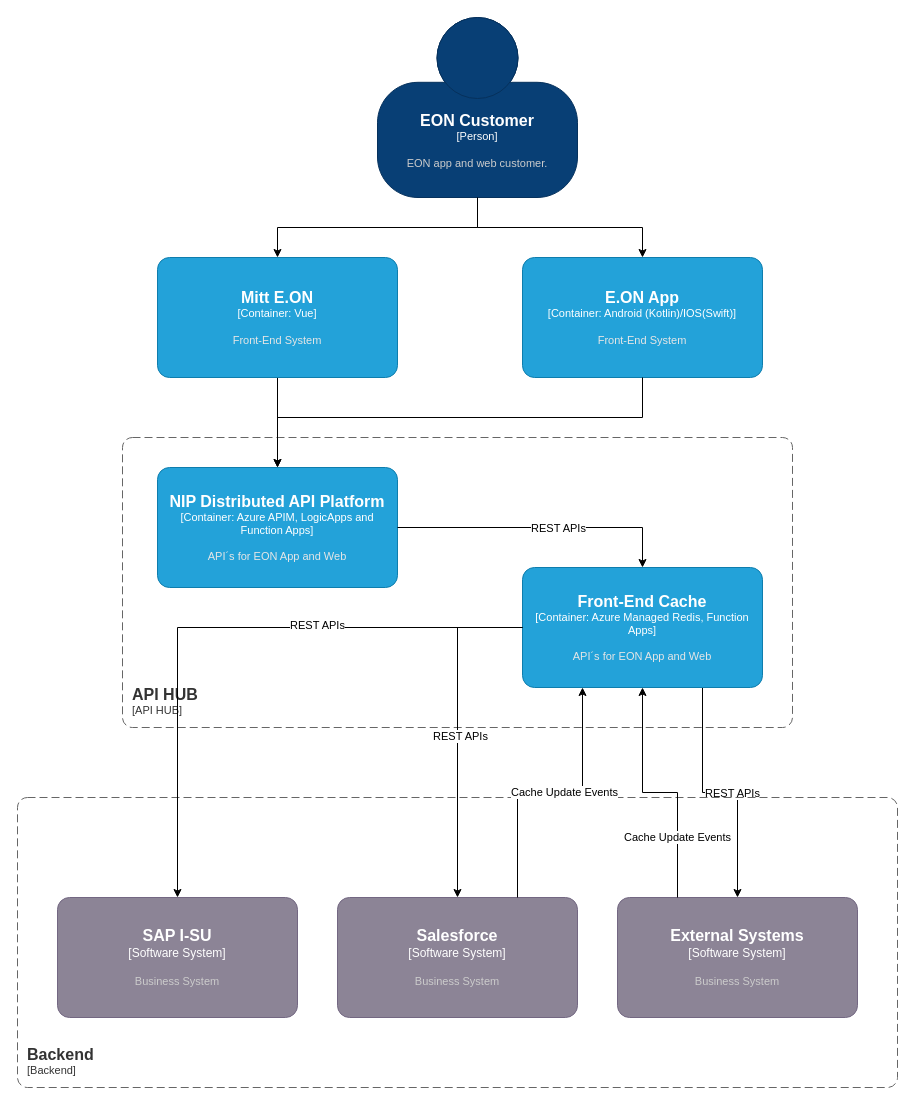
lightenup/eon-one-arch keeps this draw.io diagram as c4_diagrams/frontend_cache_container.drawio. Above is the earlier version. Source tidied: cells renumbered, new cells numbered last; positions are measured from the earlier drawing's top-left corner, leaving out a move shared by most shapes. Both pictures are drawn from the tidied source at 100%, with x=0, y=0 at pixel (17, 17).
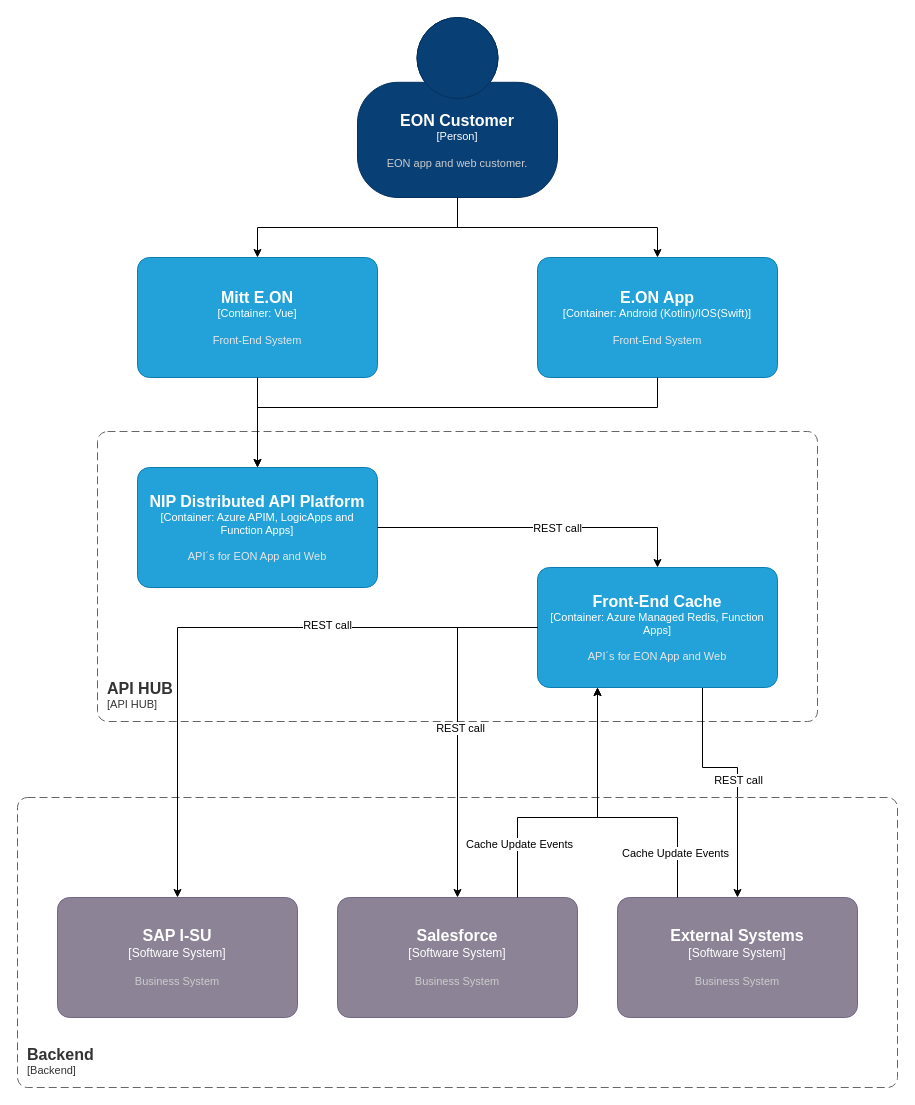
The same diagram, later.

Commit message:
Minor layout change to front-end cache container view

The change refers to these unchanged cells:
```xml
<object id="7" label="&lt;font style=&quot;font-size: 16px&quot;&gt;&lt;b&gt;%c4Name%&lt;/b&gt;&lt;/font&gt;&lt;div&gt;[%c4Type%]&lt;/div&gt;&lt;br&gt;&lt;div&gt;&lt;font style=&quot;font-size: 11px&quot;&gt;&lt;font color=&quot;#cccccc&quot;&gt;%c4Description%&lt;/font&gt;&lt;/div&gt;" c4Description="Business System" c4Name="Salesforce" c4Type="Software System" placeholders="1">
  <mxCell style="rounded=1;whiteSpace=wrap;html=1;labelBackgroundColor=none;fillColor=#8C8496;fontColor=#ffffff;align=center;arcSize=10;strokeColor=#736782;points=[[0.25,0,0],[0.5,0,0],[0.75,0,0],[1,0.25,0],[1,0.5,0],[1,0.75,0],[0.75,1,0],[0.5,1,0],[0.25,1,0],[0,0.75,0],[0,0.5,0],[0,0.25,0]];" parent="1" vertex="1">
    <mxGeometry x="320" y="880" width="240" height="120" as="geometry" />
  </mxCell>
</object>
<object id="16" label="&lt;font style=&quot;font-size: 16px&quot;&gt;&lt;b&gt;%c4Name%&lt;/b&gt;&lt;/font&gt;&lt;div&gt;[%c4Type%]&lt;/div&gt;&lt;br&gt;&lt;div&gt;&lt;font style=&quot;font-size: 11px&quot;&gt;&lt;font color=&quot;#cccccc&quot;&gt;%c4Description%&lt;/font&gt;&lt;/div&gt;" c4Description="Business System" c4Name="External Systems" c4Type="Software System" placeholders="1">
  <mxCell style="rounded=1;whiteSpace=wrap;html=1;labelBackgroundColor=none;fillColor=#8C8496;fontColor=#ffffff;align=center;arcSize=10;strokeColor=#736782;points=[[0.25,0,0],[0.5,0,0],[0.75,0,0],[1,0.25,0],[1,0.5,0],[1,0.75,0],[0.75,1,0],[0.5,1,0],[0.25,1,0],[0,0.75,0],[0,0.5,0],[0,0.25,0]];" parent="1" vertex="1">
    <mxGeometry x="600" y="880" width="240" height="120" as="geometry" />
  </mxCell>
</object>
<mxCell id="18" style="edgeStyle=orthogonalEdgeStyle;rounded=0;jettySize=auto;html=1;exitX=1;exitY=0.5;exitDx=0;exitDy=0;exitPerimeter=0;entryX=0.5;entryY=0;entryDx=0;entryDy=0;entryPerimeter=0;" parent="1" edge="1" source="5" target="14">
  <mxGeometry relative="1" as="geometry" />
</mxCell>
<mxCell id="20" style="edgeStyle=orthogonalEdgeStyle;rounded=0;jettySize=auto;html=1;exitX=0;exitY=0.5;exitDx=0;exitDy=0;exitPerimeter=0;entryX=0.5;entryY=0;entryDx=0;entryDy=0;entryPerimeter=0;" parent="1" edge="1" source="14" target="6">
  <mxGeometry relative="1" as="geometry" />
</mxCell>
<mxCell id="22" style="edgeStyle=orthogonalEdgeStyle;rounded=0;jettySize=auto;html=1;exitX=0;exitY=0.5;exitDx=0;exitDy=0;exitPerimeter=0;entryX=0.5;entryY=0;entryDx=0;entryDy=0;entryPerimeter=0;" parent="1" edge="1" source="14" target="7">
  <mxGeometry relative="1" as="geometry" />
</mxCell>
```

The edit, as a diff of the source:
```diff
@@
     <object id="2" label="&lt;font style=&quot;font-size: 16px&quot;&gt;&lt;b&gt;&lt;div style=&quot;text-align: left&quot;&gt;%c4Name%&lt;/div&gt;&lt;/b&gt;&lt;/font&gt;&lt;div style=&quot;text-align: left&quot;&gt;[%c4Application%]&lt;/div&gt;" c4Application="API HUB" c4Name="API HUB" placeholders="1">
       <mxCell style="rounded=1;fontSize=11;whiteSpace=wrap;html=1;dashed=1;arcSize=20;fillColor=none;strokeColor=#666666;fontColor=#333333;labelBackgroundColor=none;align=left;verticalAlign=bottom;labelBorderColor=none;spacingTop=0;spacing=10;dashPattern=8 4;perimeter=rectanglePerimeter;noLabel=0;labelPadding=0;absoluteArcSize=1;" parent="1" vertex="1">
-        <mxGeometry x="105" y="420" width="670" height="290" as="geometry" />
+        <mxGeometry x="80" y="414" width="720" height="290" as="geometry" />
       </mxCell>
     </object>
@@
     <object id="4" label="&lt;font style=&quot;font-size: 16px&quot;&gt;&lt;b&gt;%c4Name%&lt;/b&gt;&lt;/font&gt;&lt;div&gt;[%c4Type%]&lt;/div&gt;&lt;br&gt;&lt;div&gt;&lt;font style=&quot;font-size: 11px&quot;&gt;&lt;font color=&quot;#cccccc&quot;&gt;%c4Description%&lt;/font&gt;&lt;/div&gt;" c4Description="EON app and web customer." c4Name="EON Customer" c4Type="Person" placeholders="1">
       <mxCell style="html=1;fontSize=11;dashed=0;whiteSpace=wrap;fillColor=#083F75;strokeColor=#06315C;fontColor=#ffffff;shape=mxgraph.c4.person2;align=center;points=[[0.5,0,0],[1,0.5,0],[1,0.75,0],[0.75,1,0],[0.5,1,0],[0.25,1,0],[0,0.75,0],[0,0.5,0]];" parent="1" vertex="1">
-        <mxGeometry x="360" width="200" height="180" as="geometry" />
+        <mxGeometry x="340" width="200" height="180" as="geometry" />
       </mxCell>
     </object>
     <object id="5" label="&lt;font style=&quot;font-size: 16px&quot;&gt;&lt;b&gt;%c4Name%&lt;/b&gt;&lt;/font&gt;&lt;div&gt;[%c4Type%: %c4Technology%]&lt;/div&gt;&lt;br&gt;&lt;div&gt;&lt;font style=&quot;font-size: 11px&quot;&gt;&lt;font color=&quot;#E6E6E6&quot;&gt;%c4Description%&lt;/font&gt;&lt;/div&gt;" c4Description="API´s for EON App and Web" c4Name="NIP Distributed API Platform" c4Technology="Azure APIM, LogicApps and Function Apps" c4Type="Container" placeholders="1">
       <mxCell style="rounded=1;whiteSpace=wrap;html=1;fontSize=11;labelBackgroundColor=none;fillColor=#23A2D9;fontColor=#ffffff;align=center;arcSize=10;strokeColor=#0E7DAD;points=[[0.25,0,0],[0.5,0,0],[0.75,0,0],[1,0.25,0],[1,0.5,0],[1,0.75,0],[0.75,1,0],[0.5,1,0],[0.25,1,0],[0,0.75,0],[0,0.5,0],[0,0.25,0]];" parent="1" vertex="1">
-        <mxGeometry x="140" y="450" width="240" height="120" as="geometry" />
+        <mxGeometry x="120" y="450" width="240" height="120" as="geometry" />
       </mxCell>
     </object>
@@
-    <mxCell id="8" style="edgeStyle=orthogonalEdgeStyle;rounded=0;jettySize=auto;html=1;" parent="1" edge="1" source="9" target="5">
-      <mxGeometry relative="1" as="geometry" />
-    </mxCell>
     <object id="9" label="&lt;font style=&quot;font-size: 16px&quot;&gt;&lt;b&gt;%c4Name%&lt;/b&gt;&lt;/font&gt;&lt;div&gt;[%c4Type%: %c4Technology%]&lt;/div&gt;&lt;br&gt;&lt;div&gt;&lt;font style=&quot;font-size: 11px&quot;&gt;&lt;font color=&quot;#E6E6E6&quot;&gt;%c4Description%&lt;/font&gt;&lt;/div&gt;" c4Description="Front-End System" c4Name="Mitt E.ON" c4Technology="Vue" c4Type="Container" placeholders="1">
       <mxCell style="rounded=1;whiteSpace=wrap;html=1;fontSize=11;labelBackgroundColor=none;fillColor=#23A2D9;fontColor=#ffffff;align=center;arcSize=10;strokeColor=#0E7DAD;points=[[0.25,0,0],[0.5,0,0],[0.75,0,0],[1,0.25,0],[1,0.5,0],[1,0.75,0],[0.75,1,0],[0.5,1,0],[0.25,1,0],[0,0.75,0],[0,0.5,0],[0,0.25,0]];" parent="1" vertex="1">
-        <mxGeometry x="140" y="240" width="240" height="120" as="geometry" />
+        <mxGeometry x="120" y="240" width="240" height="120" as="geometry" />
       </mxCell>
     </object>
     <object id="10" label="&lt;font style=&quot;font-size: 16px&quot;&gt;&lt;b&gt;%c4Name%&lt;/b&gt;&lt;/font&gt;&lt;div&gt;[%c4Type%: %c4Technology%]&lt;/div&gt;&lt;br&gt;&lt;div&gt;&lt;font style=&quot;font-size: 11px&quot;&gt;&lt;font color=&quot;#E6E6E6&quot;&gt;%c4Description%&lt;/font&gt;&lt;/div&gt;" c4Description="Front-End System" c4Name="E.ON App" c4Technology="Android (Kotlin)/IOS(Swift)" c4Type="Container" placeholders="1">
       <mxCell style="rounded=1;whiteSpace=wrap;html=1;fontSize=11;labelBackgroundColor=none;fillColor=#23A2D9;fontColor=#ffffff;align=center;arcSize=10;strokeColor=#0E7DAD;points=[[0.25,0,0],[0.5,0,0],[0.75,0,0],[1,0.25,0],[1,0.5,0],[1,0.75,0],[0.75,1,0],[0.5,1,0],[0.25,1,0],[0,0.75,0],[0,0.5,0],[0,0.25,0]];" parent="1" vertex="1">
-        <mxGeometry x="505" y="240" width="240" height="120" as="geometry" />
+        <mxGeometry x="520" y="240" width="240" height="120" as="geometry" />
       </mxCell>
     </object>
@@
     <mxCell id="12" style="edgeStyle=orthogonalEdgeStyle;rounded=0;jettySize=auto;html=1;exitX=0.75;exitY=1;exitDx=0;exitDy=0;exitPerimeter=0;" parent="1" edge="1" source="14" target="16">
-      <mxGeometry relative="1" as="geometry" />
+      <mxGeometry relative="1" as="geometry">
+        <Array as="points">
+          <mxPoint x="685" y="750" />
+          <mxPoint x="720" y="750" />
+        </Array>
+      </mxGeometry>
     </mxCell>
-    <mxCell id="13" value="REST APIs" style="edgeLabel;html=1;align=center;verticalAlign=middle;" parent="12" vertex="1">
+    <mxCell id="13" value="REST call" style="edgeLabel;html=1;align=center;verticalAlign=middle;" parent="12" vertex="1">
       <mxGeometry x="0.09" relative="1" as="geometry" />
     </mxCell>
     <object id="14" label="&lt;font style=&quot;font-size: 16px&quot;&gt;&lt;b&gt;%c4Name%&lt;/b&gt;&lt;/font&gt;&lt;div&gt;[%c4Type%: %c4Technology%]&lt;/div&gt;&lt;br&gt;&lt;div&gt;&lt;font style=&quot;font-size: 11px&quot;&gt;&lt;font color=&quot;#E6E6E6&quot;&gt;%c4Description%&lt;/font&gt;&lt;/div&gt;" c4Description="API´s for EON App and Web" c4Name="Front-End Cache" c4Technology="Azure Managed Redis, Function Apps" c4Type="Container" placeholders="1">
       <mxCell style="rounded=1;whiteSpace=wrap;html=1;fontSize=11;labelBackgroundColor=none;fillColor=#23A2D9;fontColor=#ffffff;align=center;arcSize=10;strokeColor=#0E7DAD;points=[[0.25,0,0],[0.5,0,0],[0.75,0,0],[1,0.25,0],[1,0.5,0],[1,0.75,0],[0.75,1,0],[0.5,1,0],[0.25,1,0],[0,0.75,0],[0,0.5,0],[0,0.25,0]];" parent="1" vertex="1">
-        <mxGeometry x="505" y="550" width="240" height="120" as="geometry" />
+        <mxGeometry x="520" y="550" width="240" height="120" as="geometry" />
       </mxCell>
     </object>
@@
-    <mxCell id="17" style="edgeStyle=orthogonalEdgeStyle;rounded=0;jettySize=auto;html=1;entryX=0.5;entryY=0;entryDx=0;entryDy=0;entryPerimeter=0;" parent="1" edge="1" source="10" target="5">
-      <mxGeometry relative="1" as="geometry">
-        <Array as="points">
-          <mxPoint x="625" y="400" />
-          <mxPoint x="260" y="400" />
-        </Array>
-      </mxGeometry>
-    </mxCell>
@@
-    <mxCell id="19" value="REST APIs" style="edgeLabel;html=1;align=center;verticalAlign=middle;" parent="18" vertex="1">
+    <mxCell id="19" value="REST call" style="edgeLabel;html=1;align=center;verticalAlign=middle;" parent="18" vertex="1">
       <mxGeometry x="0.12" relative="1" as="geometry" />
     </mxCell>
@@
-    <mxCell id="21" value="REST APIs" style="edgeLabel;html=1;align=center;verticalAlign=middle;" parent="20" vertex="1">
+    <mxCell id="21" value="REST call" style="edgeLabel;html=1;align=center;verticalAlign=middle;" parent="20" vertex="1">
       <mxGeometry x="-0.33" y="-3" relative="1" as="geometry" />
     </mxCell>
@@
-    <mxCell id="23" value="REST APIs" style="edgeLabel;html=1;align=center;verticalAlign=middle;" parent="22" vertex="1">
+    <mxCell id="23" value="REST call" style="edgeLabel;html=1;align=center;verticalAlign=middle;" parent="22" vertex="1">
       <mxGeometry x="0.03" y="2" relative="1" as="geometry" />
     </mxCell>
+    <mxCell id="8" style="edgeStyle=orthogonalEdgeStyle;rounded=0;jettySize=auto;html=1;entryX=0.5;entryY=0;entryDx=0;entryDy=0;entryPerimeter=0;" parent="1" edge="1" source="9" target="5">
+      <mxGeometry relative="1" as="geometry" />
+    </mxCell>
+    <mxCell id="17" style="edgeStyle=orthogonalEdgeStyle;rounded=0;jettySize=auto;html=1;exitX=0.5;exitY=1;exitDx=0;exitDy=0;exitPerimeter=0;entryX=0.5;entryY=0;entryDx=0;entryDy=0;entryPerimeter=0;" parent="1" edge="1" source="10" target="5">
+      <mxGeometry relative="1" as="geometry">
+        <Array as="points">
+          <mxPoint x="640" y="390" />
+          <mxPoint x="240" y="390" />
+        </Array>
+      </mxGeometry>
+    </mxCell>
     <mxCell id="24" style="edgeStyle=orthogonalEdgeStyle;rounded=0;jettySize=auto;html=1;exitX=0.75;exitY=0;exitDx=0;exitDy=0;exitPerimeter=0;entryX=0.25;entryY=1;entryDx=0;entryDy=0;entryPerimeter=0;" parent="1" edge="1" source="7" target="14">
-      <mxGeometry relative="1" as="geometry" />
+      <mxGeometry relative="1" as="geometry">
+        <Array as="points">
+          <mxPoint x="500" y="800" />
+          <mxPoint x="580" y="800" />
+        </Array>
+      </mxGeometry>
     </mxCell>
-    <mxCell id="25" value="Cache Update Events" style="edgeLabel;html=1;align=center;verticalAlign=middle;" parent="24" vertex="1">
-      <mxGeometry x="0.1" y="1" relative="1" as="geometry" />
-    </mxCell>
+    <mxCell id="28" value="Cache Update Events" style="edgeLabel;html=1;align=center;verticalAlign=middle;" parent="24" vertex="1">
+      <mxGeometry x="-0.63" y="-1" relative="1" as="geometry" />
+    </mxCell>
-    <mxCell id="26" style="edgeStyle=orthogonalEdgeStyle;rounded=0;jettySize=auto;html=1;exitX=0.25;exitY=0;exitDx=0;exitDy=0;exitPerimeter=0;entryX=0.5;entryY=1;entryDx=0;entryDy=0;entryPerimeter=0;" parent="1" edge="1" source="16" target="14">
-      <mxGeometry relative="1" as="geometry" />
+    <mxCell id="26" style="edgeStyle=orthogonalEdgeStyle;rounded=0;jettySize=auto;html=1;exitX=0.25;exitY=0;exitDx=0;exitDy=0;exitPerimeter=0;entryX=0.25;entryY=1;entryDx=0;entryDy=0;entryPerimeter=0;" parent="1" edge="1" source="16" target="14">
+      <mxGeometry relative="1" as="geometry">
+        <Array as="points">
+          <mxPoint x="660" y="800" />
+          <mxPoint x="580" y="800" />
+        </Array>
+      </mxGeometry>
     </mxCell>
-    <mxCell id="27" value="Cache Update Events" style="edgeLabel;html=1;align=center;verticalAlign=middle;" parent="26" vertex="1">
-      <mxGeometry x="-0.5" y="1" relative="1" as="geometry" />
-    </mxCell>
+    <mxCell id="29" value="Cache Update Events" style="edgeLabel;html=1;align=center;verticalAlign=middle;" parent="26" vertex="1">
+      <mxGeometry x="-0.69" y="3" relative="1" as="geometry" />
+    </mxCell>
```
